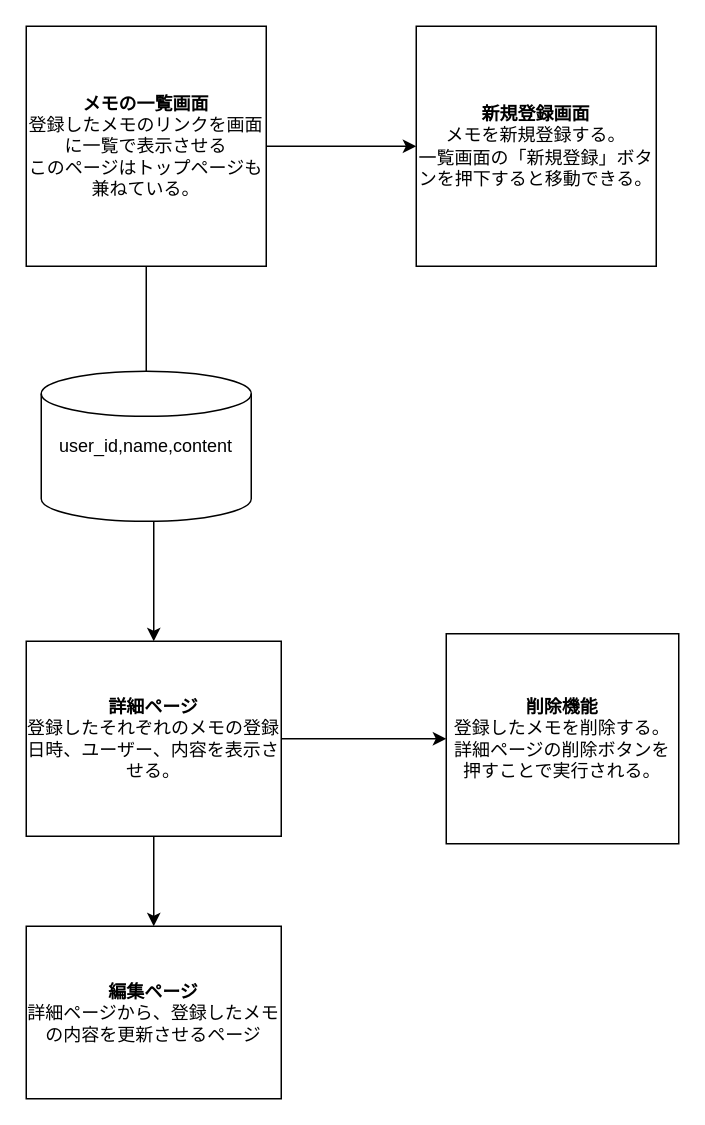
Above: 設計書兼フロー図.drawio in fuzzy-yusuke/memo_mng (draw.io), before the change. Source tidied: cells renumbered, new cells numbered last; positions are measured from the earlier drawing's top-left corner, leaving out a move shared by most shapes. Both pictures are drawn from the tidied source at 150%, with x=0, y=0 at pixel (26, 26).
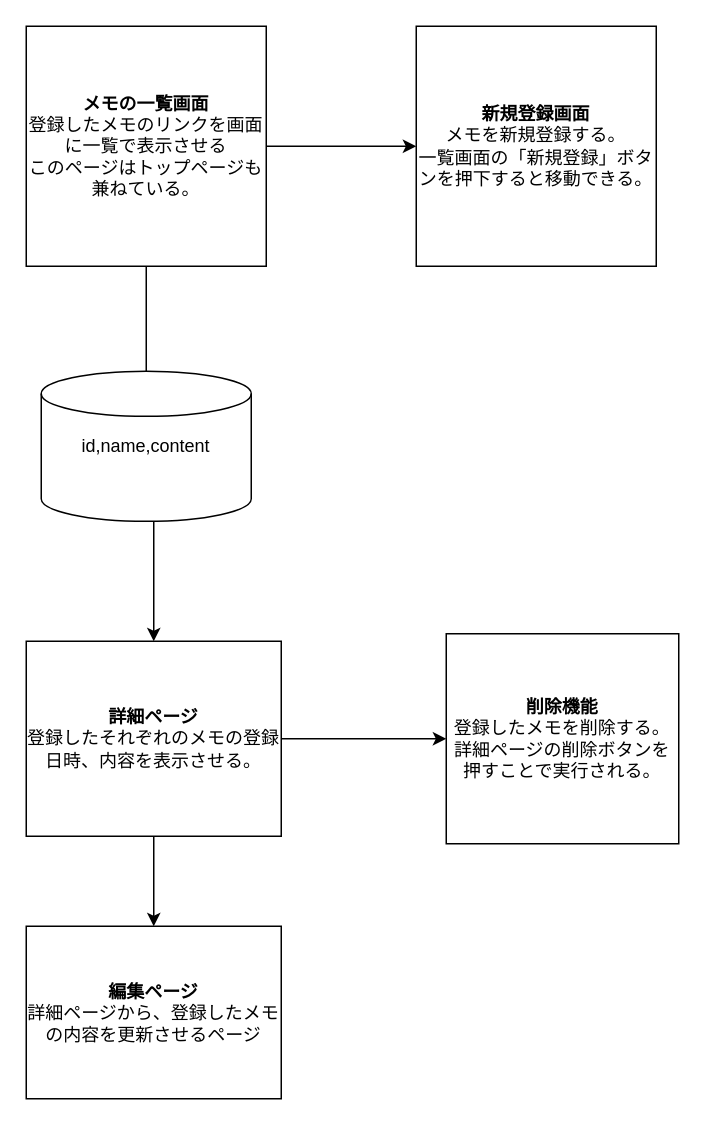
The same diagram, later.

Diff of the diagram source:
```diff
@@
 <mxGraphModel>
   <root>
     <mxCell id="0" />
     <mxCell id="1" parent="0" />
     <mxCell id="2" style="edgeStyle=orthogonalEdgeStyle;rounded=0;jettySize=auto;html=1;" parent="1" edge="1" source="4" target="7">
       <mxGeometry relative="1" as="geometry" />
     </mxCell>
     <mxCell id="3" style="edgeStyle=orthogonalEdgeStyle;rounded=0;jettySize=auto;html=1;" parent="1" edge="1" source="4" target="11">
       <mxGeometry relative="1" as="geometry" />
     </mxCell>
     <mxCell id="4" value="&lt;font style=&quot;font-size: 12px&quot;&gt;&lt;b&gt;メモの一覧画面&lt;/b&gt;&lt;br&gt;登録したメモのリンクを画面に一覧で表示させる&lt;br&gt;このページはトップページも兼ねている。&lt;br&gt;&lt;/font&gt;" style="whiteSpace=wrap;html=1;" parent="1" vertex="1">
       <mxGeometry width="160" height="160" as="geometry" />
     </mxCell>
     <mxCell id="5" style="edgeStyle=orthogonalEdgeStyle;rounded=0;jettySize=auto;html=1;" parent="1" edge="1" source="7" target="9">
       <mxGeometry relative="1" as="geometry" />
     </mxCell>
     <mxCell id="6" style="edgeStyle=orthogonalEdgeStyle;rounded=0;jettySize=auto;html=1;" parent="1" edge="1" source="7" target="10">
       <mxGeometry relative="1" as="geometry" />
     </mxCell>
-    <mxCell id="7" value="&lt;b&gt;詳細ページ&lt;/b&gt;&lt;br&gt;登録したそれぞれのメモの登録日時、ユーザー、内容を表示させる。" style="whiteSpace=wrap;html=1;" parent="1" vertex="1">
+    <mxCell id="7" value="&lt;b&gt;詳細ページ&lt;/b&gt;&lt;br&gt;登録したそれぞれのメモの登録日時、内容を表示させる。" style="whiteSpace=wrap;html=1;" parent="1" vertex="1">
       <mxGeometry y="410" width="170" height="130" as="geometry" />
     </mxCell>
-    <mxCell id="8" value="user_id,name,content" style="shape=cylinder2;whiteSpace=wrap;html=1;boundedLbl=1;backgroundOutline=1;size=15;" parent="1" vertex="1">
+    <mxCell id="8" value="id,name,content" style="shape=cylinder2;whiteSpace=wrap;html=1;boundedLbl=1;backgroundOutline=1;size=15;" parent="1" vertex="1">
       <mxGeometry x="10" y="230" width="140" height="100" as="geometry" />
     </mxCell>
     <mxCell id="9" value="&lt;b&gt;編集ページ&lt;/b&gt;&lt;br&gt;詳細ページから、登録したメモの内容を更新させるページ" style="whiteSpace=wrap;html=1;" parent="1" vertex="1">
       <mxGeometry y="600" width="170" height="115" as="geometry" />
     </mxCell>
     <mxCell id="10" value="&lt;b&gt;削除機能&lt;/b&gt;&lt;br&gt;登録したメモを削除する。&lt;br&gt;詳細ページの削除ボタンを押すことで実行される。" style="whiteSpace=wrap;html=1;" parent="1" vertex="1">
       <mxGeometry x="280" y="405" width="155" height="140" as="geometry" />
     </mxCell>
     <mxCell id="11" value="&lt;b&gt;新規登録画面&lt;/b&gt;&lt;br&gt;メモを新規登録する。&lt;br&gt;一覧画面の「新規登録」ボタンを押下すると移動できる。" style="whiteSpace=wrap;html=1;" parent="1" vertex="1">
       <mxGeometry x="260" width="160" height="160" as="geometry" />
     </mxCell>
   </root>
 </mxGraphModel>
```
